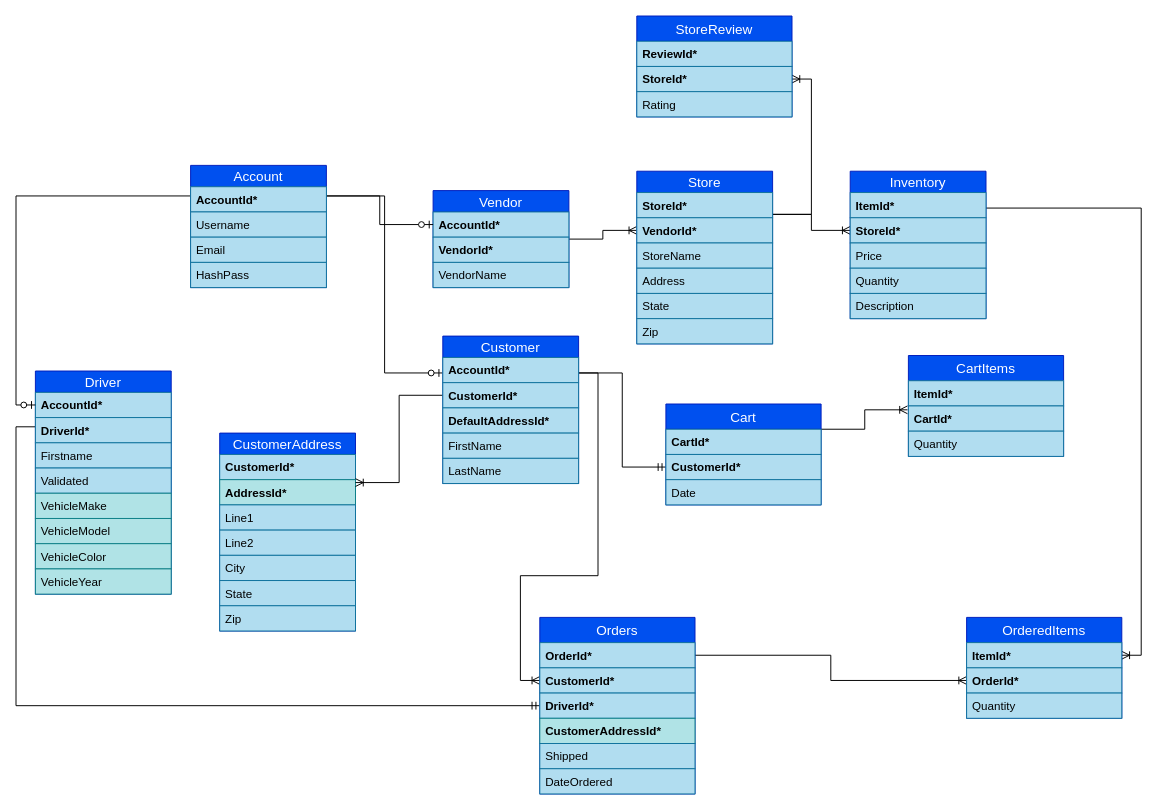
Before: DrivrER.drawio in jcorm714/Naybrr, a draw.io diagram. Source tidied: cells renumbered, new cells numbered last; positions are measured from the earlier drawing's top-left corner, leaving out a move shared by most shapes. Both pictures are drawn from the tidied source at 97%, with x=0, y=0 at pixel (35, 16).
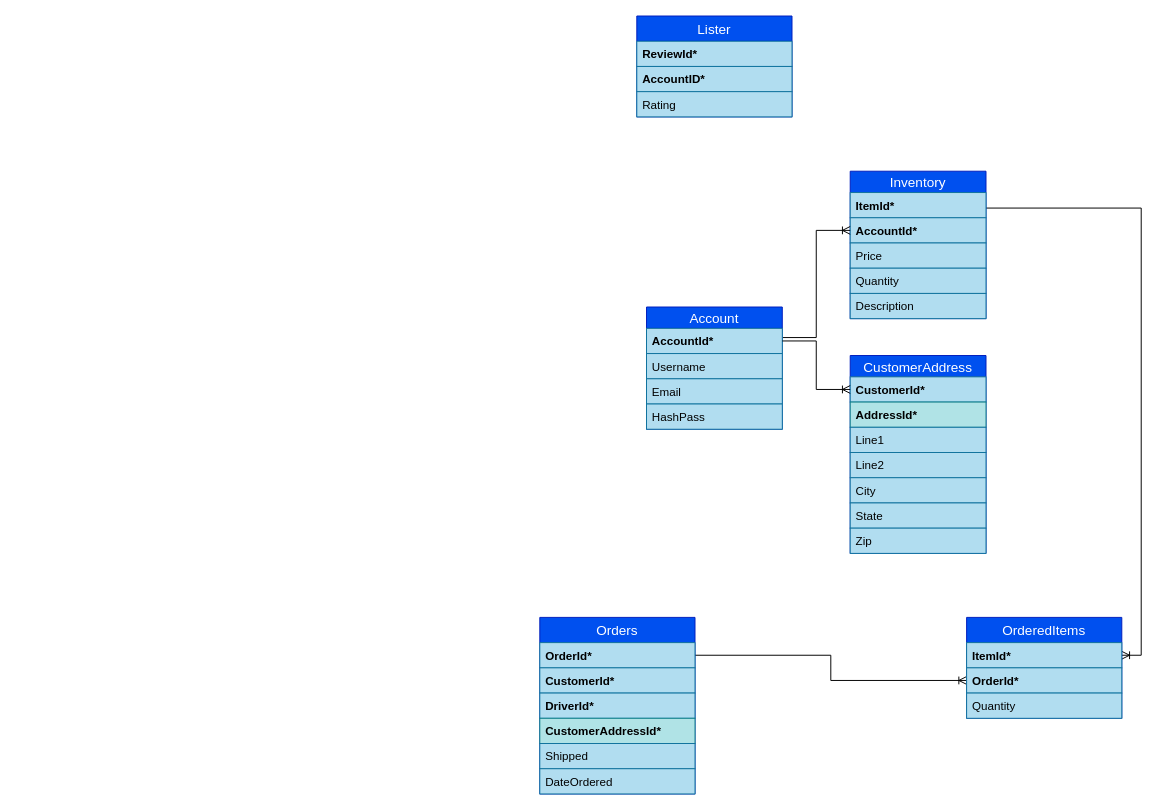
Above is the later version.

The change refers to these unchanged cells:
```xml
<mxCell id="44" value="Inventory" style="swimlane;fontStyle=0;horizontal=1;startSize=22;align=center;fontSize=14;fillColor=#0050ef;strokeColor=#001DBC;fontColor=#ffffff;" parent="1" vertex="1">
  <mxGeometry x="840" y="160" width="140" height="152" as="geometry" />
</mxCell>
<mxCell id="78" value="CustomerId*" style="text;strokeColor=#10739e;fillColor=#b1ddf0;spacingLeft=4;spacingRight=4;overflow=hidden;points=[[0,0.5],[1,0.5]];portConstraint=eastwest;fontSize=12;fontStyle=1;" parent="76" vertex="1">
  <mxGeometry y="52" width="160" height="26" as="geometry" />
</mxCell>
<mxCell id="79" value="DriverId*" style="text;strokeColor=#10739e;fillColor=#b1ddf0;spacingLeft=4;spacingRight=4;overflow=hidden;points=[[0,0.5],[1,0.5]];portConstraint=eastwest;fontSize=12;fontStyle=1;" parent="76" vertex="1">
  <mxGeometry y="78" width="160" height="26" as="geometry" />
</mxCell>
```

The edit, as a diff of the source:
```diff
@@
-    <mxCell id="2" style="edgeStyle=orthogonalEdgeStyle;rounded=0;jettySize=auto;html=1;exitX=1;exitY=0.5;exitDx=0;exitDy=0;entryX=0;entryY=0.5;entryDx=0;entryDy=0;endArrow=ERoneToMany;endFill=0;" parent="1" edge="1" source="3" target="38">
-      <mxGeometry relative="1" as="geometry" />
-    </mxCell>
-    <mxCell id="3" value="Vendor" style="swimlane;fontStyle=0;horizontal=1;startSize=22;align=center;fontSize=14;fillColor=#0050ef;strokeColor=#001DBC;fontColor=#ffffff;" parent="1" vertex="1">
-      <mxGeometry x="410" y="180" width="140" height="100" as="geometry" />
-    </mxCell>
-    <mxCell id="4" value="AccountId*" style="text;strokeColor=#10739e;fillColor=#b1ddf0;spacingLeft=4;spacingRight=4;overflow=hidden;points=[[0,0.5],[1,0.5]];portConstraint=eastwest;fontSize=12;fontStyle=1;" parent="3" vertex="1">
-      <mxGeometry y="22" width="140" height="26" as="geometry" />
-    </mxCell>
-    <mxCell id="5" value="VendorId*" style="text;strokeColor=#10739e;fillColor=#b1ddf0;spacingLeft=4;spacingRight=4;overflow=hidden;fontSize=12;fontStyle=1;" parent="3" vertex="1">
-      <mxGeometry y="48" width="140" height="26" as="geometry" />
-    </mxCell>
-    <mxCell id="6" value="VendorName" style="text;strokeColor=#10739e;fillColor=#b1ddf0;spacingLeft=4;spacingRight=4;overflow=hidden;fontSize=12;" parent="3" vertex="1">
-      <mxGeometry y="74" width="140" height="26" as="geometry" />
-    </mxCell>
-    <mxCell id="7" style="edgeStyle=orthogonalEdgeStyle;rounded=0;jettySize=auto;html=1;exitX=1;exitY=0.25;exitDx=0;exitDy=0;entryX=0;entryY=0.5;entryDx=0;entryDy=0;endArrow=ERzeroToOne;endFill=1;" parent="1" edge="1" source="20" target="4">
-      <mxGeometry relative="1" as="geometry" />
-    </mxCell>
-    <mxCell id="8" style="edgeStyle=orthogonalEdgeStyle;rounded=0;jettySize=auto;html=1;exitX=0;exitY=0.25;exitDx=0;exitDy=0;entryX=0;entryY=0.5;entryDx=0;entryDy=0;endArrow=ERmandOne;endFill=0;" parent="1" edge="1" source="9" target="79">
-      <mxGeometry relative="1" as="geometry" />
-    </mxCell>
-    <mxCell id="9" value="Driver" style="swimlane;fontStyle=0;horizontal=1;startSize=22;align=center;fontSize=14;fillColor=#0050ef;strokeColor=#001DBC;fontColor=#ffffff;" parent="1" vertex="1">
-      <mxGeometry y="366" width="140" height="230" as="geometry" />
-    </mxCell>
-    <mxCell id="10" value="AccountId*" style="text;strokeColor=#10739e;fillColor=#b1ddf0;spacingLeft=4;spacingRight=4;overflow=hidden;points=[[0,0.5],[1,0.5]];portConstraint=eastwest;fontSize=12;fontStyle=1;" parent="9" vertex="1">
-      <mxGeometry y="22" width="140" height="26" as="geometry" />
-    </mxCell>
-    <mxCell id="11" value="DriverId*" style="text;strokeColor=#10739e;fillColor=#b1ddf0;spacingLeft=4;spacingRight=4;overflow=hidden;fontSize=12;fontStyle=1;" parent="9" vertex="1">
-      <mxGeometry y="48" width="140" height="26" as="geometry" />
-    </mxCell>
-    <mxCell id="12" value="Firstname" style="text;strokeColor=#10739e;fillColor=#b1ddf0;spacingLeft=4;spacingRight=4;overflow=hidden;fontSize=12;" parent="9" vertex="1">
-      <mxGeometry y="74" width="140" height="26" as="geometry" />
-    </mxCell>
-    <mxCell id="13" value="Validated" style="text;strokeColor=#10739e;fillColor=#b1ddf0;spacingLeft=4;spacingRight=4;overflow=hidden;fontSize=12;" parent="9" vertex="1">
-      <mxGeometry y="100" width="140" height="26" as="geometry" />
-    </mxCell>
-    <mxCell id="14" value="VehicleMake" style="text;strokeColor=#0e8088;fillColor=#b0e3e6;spacingLeft=4;spacingRight=4;overflow=hidden;fontSize=12;" parent="9" vertex="1">
-      <mxGeometry y="126" width="140" height="26" as="geometry" />
-    </mxCell>
-    <mxCell id="15" value="VehicleModel" style="text;strokeColor=#0e8088;fillColor=#b0e3e6;spacingLeft=4;spacingRight=4;overflow=hidden;fontSize=12;" parent="9" vertex="1">
-      <mxGeometry y="152" width="140" height="26" as="geometry" />
-    </mxCell>
-    <mxCell id="16" value="VehicleColor" style="text;strokeColor=#0e8088;fillColor=#b0e3e6;spacingLeft=4;spacingRight=4;overflow=hidden;fontSize=12;" parent="9" vertex="1">
-      <mxGeometry y="178" width="140" height="26" as="geometry" />
-    </mxCell>
-    <mxCell id="17" value="VehicleYear" style="text;strokeColor=#0e8088;fillColor=#b0e3e6;spacingLeft=4;spacingRight=4;overflow=hidden;fontSize=12;" parent="9" vertex="1">
-      <mxGeometry y="204" width="140" height="26" as="geometry" />
-    </mxCell>
-    <mxCell id="18" style="edgeStyle=orthogonalEdgeStyle;rounded=0;jettySize=auto;html=1;exitX=1;exitY=0.25;exitDx=0;exitDy=0;entryX=0;entryY=0.25;entryDx=0;entryDy=0;endArrow=ERzeroToOne;endFill=1;" parent="1" edge="1" source="20" target="52">
-      <mxGeometry relative="1" as="geometry" />
-    </mxCell>
-    <mxCell id="19" style="edgeStyle=orthogonalEdgeStyle;rounded=0;jettySize=auto;html=1;exitX=0;exitY=0.25;exitDx=0;exitDy=0;entryX=0;entryY=0.5;entryDx=0;entryDy=0;endArrow=ERzeroToOne;endFill=1;" parent="1" edge="1" source="20" target="10">
-      <mxGeometry relative="1" as="geometry" />
-    </mxCell>
-    <mxCell id="20" value="Account" style="swimlane;fontStyle=0;horizontal=1;startSize=22;align=center;fontSize=14;fillColor=#0050ef;strokeColor=#001DBC;fontColor=#ffffff;" parent="1" vertex="1">
-      <mxGeometry x="160" y="154" width="140" height="126" as="geometry" />
-    </mxCell>
-    <mxCell id="21" value="AccountId*" style="text;strokeColor=#10739e;fillColor=#b1ddf0;spacingLeft=4;spacingRight=4;overflow=hidden;points=[[0,0.5],[1,0.5]];portConstraint=eastwest;fontSize=12;fontStyle=1;" parent="20" vertex="1">
-      <mxGeometry y="22" width="140" height="26" as="geometry" />
-    </mxCell>
-    <mxCell id="22" value="Username" style="text;strokeColor=#10739e;fillColor=#b1ddf0;spacingLeft=4;spacingRight=4;overflow=hidden;fontSize=12;" parent="20" vertex="1">
-      <mxGeometry y="48" width="140" height="26" as="geometry" />
-    </mxCell>
-    <mxCell id="23" value="Email" style="text;strokeColor=#10739e;fillColor=#b1ddf0;spacingLeft=4;spacingRight=4;overflow=hidden;fontSize=12;" parent="20" vertex="1">
-      <mxGeometry y="74" width="140" height="26" as="geometry" />
-    </mxCell>
-    <mxCell id="24" value="HashPass" style="text;strokeColor=#10739e;fillColor=#b1ddf0;spacingLeft=4;spacingRight=4;overflow=hidden;fontSize=12;" parent="20" vertex="1">
-      <mxGeometry y="100" width="140" height="26" as="geometry" />
-    </mxCell>
-    <mxCell id="25" value="CustomerAddress" style="swimlane;fontStyle=0;horizontal=1;startSize=22;align=center;fontSize=14;fillColor=#0050ef;strokeColor=#001DBC;fontColor=#ffffff;" parent="1" vertex="1">
-      <mxGeometry x="190" y="430" width="140" height="204" as="geometry" />
-    </mxCell>
-    <mxCell id="26" value="CustomerId*" style="text;strokeColor=#10739e;fillColor=#b1ddf0;spacingLeft=4;spacingRight=4;overflow=hidden;points=[[0,0.5],[1,0.5]];portConstraint=eastwest;fontSize=12;fontStyle=1;" parent="25" vertex="1">
-      <mxGeometry y="22" width="140" height="26" as="geometry" />
-    </mxCell>
-    <mxCell id="27" value="AddressId*" style="text;strokeColor=#0e8088;fillColor=#b0e3e6;spacingLeft=4;spacingRight=4;overflow=hidden;fontSize=12;fontStyle=1;" parent="25" vertex="1">
-      <mxGeometry y="48" width="140" height="26" as="geometry" />
-    </mxCell>
-    <mxCell id="28" value="Line1" style="text;strokeColor=#10739e;fillColor=#b1ddf0;spacingLeft=4;spacingRight=4;overflow=hidden;fontSize=12;" parent="25" vertex="1">
-      <mxGeometry y="74" width="140" height="26" as="geometry" />
-    </mxCell>
-    <mxCell id="29" value="Line2" style="text;strokeColor=#10739e;fillColor=#b1ddf0;spacingLeft=4;spacingRight=4;overflow=hidden;fontSize=12;" parent="25" vertex="1">
-      <mxGeometry y="100" width="140" height="26" as="geometry" />
-    </mxCell>
-    <mxCell id="30" value="City" style="text;strokeColor=#10739e;fillColor=#b1ddf0;spacingLeft=4;spacingRight=4;overflow=hidden;fontSize=12;" parent="25" vertex="1">
-      <mxGeometry y="126" width="140" height="26" as="geometry" />
-    </mxCell>
-    <mxCell id="31" value="State" style="text;strokeColor=#10739e;fillColor=#b1ddf0;spacingLeft=4;spacingRight=4;overflow=hidden;fontSize=12;" parent="25" vertex="1">
-      <mxGeometry y="152" width="140" height="26" as="geometry" />
-    </mxCell>
-    <mxCell id="32" value="Zip" style="text;strokeColor=#10739e;fillColor=#b1ddf0;spacingLeft=4;spacingRight=4;overflow=hidden;fontSize=12;" parent="25" vertex="1">
-      <mxGeometry y="178" width="140" height="26" as="geometry" />
-    </mxCell>
-    <mxCell id="33" style="edgeStyle=orthogonalEdgeStyle;rounded=0;jettySize=auto;html=1;exitX=0;exitY=0.5;exitDx=0;exitDy=0;entryX=1;entryY=0.25;entryDx=0;entryDy=0;endArrow=ERoneToMany;endFill=0;" parent="1" edge="1" source="54" target="25">
-      <mxGeometry relative="1" as="geometry" />
-    </mxCell>
-    <mxCell id="34" style="edgeStyle=orthogonalEdgeStyle;rounded=0;jettySize=auto;html=1;exitX=1;exitY=0.25;exitDx=0;exitDy=0;entryX=0;entryY=0.5;entryDx=0;entryDy=0;endArrow=ERoneToMany;endFill=0;" parent="1" edge="1" source="36" target="46">
-      <mxGeometry relative="1" as="geometry" />
-    </mxCell>
-    <mxCell id="35" style="edgeStyle=orthogonalEdgeStyle;rounded=0;jettySize=auto;html=1;exitX=1;exitY=0.25;exitDx=0;exitDy=0;entryX=1;entryY=0.5;entryDx=0;entryDy=0;endArrow=ERoneToMany;endFill=0;" parent="1" edge="1" source="36" target="61">
-      <mxGeometry relative="1" as="geometry" />
-    </mxCell>
-    <mxCell id="36" value="Store" style="swimlane;fontStyle=0;horizontal=1;startSize=22;align=center;fontSize=14;fillColor=#0050ef;strokeColor=#001DBC;fontColor=#ffffff;" parent="1" vertex="1">
-      <mxGeometry x="620" y="160" width="140" height="178" as="geometry" />
-    </mxCell>
-    <mxCell id="37" value="StoreId*" style="text;strokeColor=#10739e;fillColor=#b1ddf0;spacingLeft=4;spacingRight=4;overflow=hidden;fontSize=12;fontStyle=1;" parent="36" vertex="1">
-      <mxGeometry y="22" width="140" height="26" as="geometry" />
-    </mxCell>
-    <mxCell id="38" value="VendorId*" style="text;strokeColor=#10739e;fillColor=#b1ddf0;spacingLeft=4;spacingRight=4;overflow=hidden;points=[[0,0.5],[1,0.5]];portConstraint=eastwest;fontSize=12;fontStyle=1;" parent="36" vertex="1">
-      <mxGeometry y="48" width="140" height="26" as="geometry" />
-    </mxCell>
-    <mxCell id="39" value="StoreName" style="text;strokeColor=#10739e;fillColor=#b1ddf0;spacingLeft=4;spacingRight=4;overflow=hidden;fontSize=12;" parent="36" vertex="1">
-      <mxGeometry y="74" width="140" height="26" as="geometry" />
-    </mxCell>
-    <mxCell id="40" value="Address" style="text;strokeColor=#10739e;fillColor=#b1ddf0;spacingLeft=4;spacingRight=4;overflow=hidden;fontSize=12;" parent="36" vertex="1">
-      <mxGeometry y="100" width="140" height="26" as="geometry" />
-    </mxCell>
-    <mxCell id="41" value="State" style="text;strokeColor=#10739e;fillColor=#b1ddf0;spacingLeft=4;spacingRight=4;overflow=hidden;fontSize=12;" parent="36" vertex="1">
-      <mxGeometry y="126" width="140" height="26" as="geometry" />
-    </mxCell>
-    <mxCell id="42" value="Zip" style="text;strokeColor=#10739e;fillColor=#b1ddf0;spacingLeft=4;spacingRight=4;overflow=hidden;fontSize=12;" parent="36" vertex="1">
-      <mxGeometry y="152" width="140" height="26" as="geometry" />
-    </mxCell>
@@
-    <mxCell id="46" value="StoreId*" style="text;strokeColor=#10739e;fillColor=#b1ddf0;spacingLeft=4;spacingRight=4;overflow=hidden;points=[[0,0.5],[1,0.5]];portConstraint=eastwest;fontSize=12;fontStyle=1;" parent="44" vertex="1">
+    <mxCell id="46" value="AccountId*" style="text;strokeColor=#10739e;fillColor=#b1ddf0;spacingLeft=4;spacingRight=4;overflow=hidden;points=[[0,0.5],[1,0.5]];portConstraint=eastwest;fontSize=12;fontStyle=1;" parent="44" vertex="1">
       <mxGeometry y="48" width="140" height="26" as="geometry" />
     </mxCell>
@@
-    <mxCell id="50" style="edgeStyle=orthogonalEdgeStyle;rounded=0;jettySize=auto;html=1;exitX=1;exitY=0.25;exitDx=0;exitDy=0;entryX=0;entryY=0.5;entryDx=0;entryDy=0;endArrow=ERoneToMany;endFill=0;" parent="1" edge="1" source="52" target="78">
-      <mxGeometry relative="1" as="geometry" />
-    </mxCell>
-    <mxCell id="51" style="edgeStyle=orthogonalEdgeStyle;rounded=0;jettySize=auto;html=1;exitX=1;exitY=0.25;exitDx=0;exitDy=0;entryX=0;entryY=0.5;entryDx=0;entryDy=0;endArrow=ERmandOne;endFill=0;" parent="1" edge="1" source="52" target="66">
-      <mxGeometry relative="1" as="geometry" />
-    </mxCell>
-    <mxCell id="52" value="Customer" style="swimlane;fontStyle=0;horizontal=1;startSize=22;align=center;fontSize=14;fillColor=#0050ef;strokeColor=#001DBC;fontColor=#ffffff;" parent="1" vertex="1">
-      <mxGeometry x="420" y="330" width="140" height="152" as="geometry" />
-    </mxCell>
-    <mxCell id="53" value="AccountId*" style="text;strokeColor=#10739e;fillColor=#b1ddf0;spacingLeft=4;spacingRight=4;overflow=hidden;fontSize=12;fontStyle=1;" parent="52" vertex="1">
-      <mxGeometry y="22" width="140" height="26" as="geometry" />
-    </mxCell>
-    <mxCell id="54" value="CustomerId*" style="text;strokeColor=#10739e;fillColor=#b1ddf0;spacingLeft=4;spacingRight=4;overflow=hidden;points=[[0,0.5],[1,0.5]];portConstraint=eastwest;fontSize=12;fontStyle=1;" parent="52" vertex="1">
-      <mxGeometry y="48" width="140" height="26" as="geometry" />
-    </mxCell>
-    <mxCell id="55" value="DefaultAddressId*" style="text;strokeColor=#10739e;fillColor=#b1ddf0;spacingLeft=4;spacingRight=4;overflow=hidden;fontSize=12;fontStyle=1;" parent="52" vertex="1">
-      <mxGeometry y="74" width="140" height="26" as="geometry" />
-    </mxCell>
-    <mxCell id="56" value="FirstName" style="text;strokeColor=#10739e;fillColor=#b1ddf0;spacingLeft=4;spacingRight=4;overflow=hidden;fontSize=12;" parent="52" vertex="1">
-      <mxGeometry y="100" width="140" height="26" as="geometry" />
-    </mxCell>
-    <mxCell id="57" value="LastName" style="text;strokeColor=#10739e;fillColor=#b1ddf0;spacingLeft=4;spacingRight=4;overflow=hidden;fontSize=12;" parent="52" vertex="1">
-      <mxGeometry y="126" width="140" height="26" as="geometry" />
-    </mxCell>
@@
-    <mxCell id="59" value="StoreReview" style="swimlane;fontStyle=0;horizontal=1;startSize=26;align=center;fontSize=14;fillColor=#0050ef;strokeColor=#001DBC;fontColor=#ffffff;" parent="1" vertex="1">
+    <mxCell id="59" value="Lister" style="swimlane;fontStyle=0;horizontal=1;startSize=26;align=center;fontSize=14;fillColor=#0050ef;strokeColor=#001DBC;fontColor=#ffffff;" parent="1" vertex="1">
       <mxGeometry x="620" width="160" height="104" as="geometry" />
     </mxCell>
@@
-    <mxCell id="61" value="StoreId*" style="text;strokeColor=#10739e;fillColor=#b1ddf0;spacingLeft=4;spacingRight=4;overflow=hidden;points=[[0,0.5],[1,0.5]];portConstraint=eastwest;fontSize=12;verticalAlign=top;fontStyle=1;" parent="59" vertex="1">
+    <mxCell id="61" value="AccountID*" style="text;strokeColor=#10739e;fillColor=#b1ddf0;spacingLeft=4;spacingRight=4;overflow=hidden;points=[[0,0.5],[1,0.5]];portConstraint=eastwest;fontSize=12;verticalAlign=top;fontStyle=1;" parent="59" vertex="1">
       <mxGeometry y="52" width="160" height="26" as="geometry" />
     </mxCell>
@@
-    <mxCell id="63" style="edgeStyle=orthogonalEdgeStyle;rounded=0;jettySize=auto;html=1;exitX=1;exitY=0.25;exitDx=0;exitDy=0;entryX=-0.006;entryY=0.154;entryDx=0;entryDy=0;entryPerimeter=0;endArrow=ERoneToMany;endFill=0;" parent="1" edge="1" source="64" target="70">
-      <mxGeometry relative="1" as="geometry" />
-    </mxCell>
-    <mxCell id="64" value="Cart" style="swimlane;fontStyle=0;horizontal=1;startSize=26;align=center;fontSize=14;fillColor=#0050ef;strokeColor=#001DBC;fontColor=#ffffff;" parent="1" vertex="1">
-      <mxGeometry x="650" y="400" width="160" height="104" as="geometry" />
-    </mxCell>
-    <mxCell id="65" value="CartId*" style="text;strokeColor=#10739e;fillColor=#b1ddf0;spacingLeft=4;spacingRight=4;overflow=hidden;fontSize=12;fontStyle=1;" parent="64" vertex="1">
-      <mxGeometry y="26" width="160" height="26" as="geometry" />
-    </mxCell>
-    <mxCell id="66" value="CustomerId*" style="text;strokeColor=#10739e;fillColor=#b1ddf0;spacingLeft=4;spacingRight=4;overflow=hidden;points=[[0,0.5],[1,0.5]];portConstraint=eastwest;fontSize=12;fontStyle=1;" parent="64" vertex="1">
-      <mxGeometry y="52" width="160" height="26" as="geometry" />
-    </mxCell>
-    <mxCell id="67" value="Date" style="text;strokeColor=#10739e;fillColor=#b1ddf0;spacingLeft=4;spacingRight=4;overflow=hidden;fontSize=12;" parent="64" vertex="1">
-      <mxGeometry y="78" width="160" height="26" as="geometry" />
-    </mxCell>
-    <mxCell id="68" value="CartItems" style="swimlane;fontStyle=0;horizontal=1;startSize=26;align=center;fontSize=14;fillColor=#0050ef;strokeColor=#001DBC;fontColor=#ffffff;" parent="1" vertex="1">
-      <mxGeometry x="900" y="350" width="160" height="104" as="geometry" />
-    </mxCell>
-    <mxCell id="69" value="ItemId*" style="text;strokeColor=#10739e;fillColor=#b1ddf0;spacingLeft=4;spacingRight=4;overflow=hidden;fontSize=12;fontStyle=1;" parent="68" vertex="1">
-      <mxGeometry y="26" width="160" height="26" as="geometry" />
-    </mxCell>
-    <mxCell id="70" value="CartId*" style="text;strokeColor=#10739e;fillColor=#b1ddf0;spacingLeft=4;spacingRight=4;overflow=hidden;points=[[0,0.5],[1,0.5]];portConstraint=eastwest;fontSize=12;fontStyle=1;" parent="68" vertex="1">
-      <mxGeometry y="52" width="160" height="26" as="geometry" />
-    </mxCell>
-    <mxCell id="71" value="Quantity" style="text;strokeColor=#10739e;fillColor=#b1ddf0;spacingLeft=4;spacingRight=4;overflow=hidden;fontSize=12;" parent="68" vertex="1">
-      <mxGeometry y="78" width="160" height="26" as="geometry" />
-    </mxCell>
@@
+    <mxCell id="25" value="CustomerAddress" style="swimlane;fontStyle=0;horizontal=1;startSize=22;align=center;fontSize=14;fillColor=#0050ef;strokeColor=#001DBC;fontColor=#ffffff;" parent="1" vertex="1">
+      <mxGeometry x="840" y="350" width="140" height="204" as="geometry" />
+    </mxCell>
+    <mxCell id="26" value="CustomerId*" style="text;strokeColor=#10739e;fillColor=#b1ddf0;spacingLeft=4;spacingRight=4;overflow=hidden;points=[[0,0.5],[1,0.5]];portConstraint=eastwest;fontSize=12;fontStyle=1;" parent="25" vertex="1">
+      <mxGeometry y="22" width="140" height="26" as="geometry" />
+    </mxCell>
+    <mxCell id="27" value="AddressId*" style="text;strokeColor=#0e8088;fillColor=#b0e3e6;spacingLeft=4;spacingRight=4;overflow=hidden;fontSize=12;fontStyle=1;" parent="25" vertex="1">
+      <mxGeometry y="48" width="140" height="26" as="geometry" />
+    </mxCell>
+    <mxCell id="28" value="Line1" style="text;strokeColor=#10739e;fillColor=#b1ddf0;spacingLeft=4;spacingRight=4;overflow=hidden;fontSize=12;" parent="25" vertex="1">
+      <mxGeometry y="74" width="140" height="26" as="geometry" />
+    </mxCell>
+    <mxCell id="29" value="Line2" style="text;strokeColor=#10739e;fillColor=#b1ddf0;spacingLeft=4;spacingRight=4;overflow=hidden;fontSize=12;" parent="25" vertex="1">
+      <mxGeometry y="100" width="140" height="26" as="geometry" />
+    </mxCell>
+    <mxCell id="30" value="City" style="text;strokeColor=#10739e;fillColor=#b1ddf0;spacingLeft=4;spacingRight=4;overflow=hidden;fontSize=12;" parent="25" vertex="1">
+      <mxGeometry y="126" width="140" height="26" as="geometry" />
+    </mxCell>
+    <mxCell id="31" value="State" style="text;strokeColor=#10739e;fillColor=#b1ddf0;spacingLeft=4;spacingRight=4;overflow=hidden;fontSize=12;" parent="25" vertex="1">
+      <mxGeometry y="152" width="140" height="26" as="geometry" />
+    </mxCell>
+    <mxCell id="32" value="Zip" style="text;strokeColor=#10739e;fillColor=#b1ddf0;spacingLeft=4;spacingRight=4;overflow=hidden;fontSize=12;" parent="25" vertex="1">
+      <mxGeometry y="178" width="140" height="26" as="geometry" />
+    </mxCell>
+    <mxCell id="83" style="edgeStyle=orthogonalEdgeStyle;rounded=0;jettySize=auto;html=1;exitX=1;exitY=0.25;exitDx=0;exitDy=0;entryX=0;entryY=0.5;entryDx=0;entryDy=0;endArrow=ERoneToMany;endFill=0;" parent="1" edge="1" source="20" target="46">
+      <mxGeometry relative="1" as="geometry" />
+    </mxCell>
+    <mxCell id="20" value="Account" style="swimlane;fontStyle=0;horizontal=1;startSize=22;align=center;fontSize=14;fillColor=#0050ef;strokeColor=#001DBC;fontColor=#ffffff;" parent="1" vertex="1">
+      <mxGeometry x="630" y="300" width="140" height="126" as="geometry" />
+    </mxCell>
+    <mxCell id="21" value="AccountId*" style="text;strokeColor=#10739e;fillColor=#b1ddf0;spacingLeft=4;spacingRight=4;overflow=hidden;points=[[0,0.5],[1,0.5]];portConstraint=eastwest;fontSize=12;fontStyle=1;" parent="20" vertex="1">
+      <mxGeometry y="22" width="140" height="26" as="geometry" />
+    </mxCell>
+    <mxCell id="22" value="Username" style="text;strokeColor=#10739e;fillColor=#b1ddf0;spacingLeft=4;spacingRight=4;overflow=hidden;fontSize=12;" parent="20" vertex="1">
+      <mxGeometry y="48" width="140" height="26" as="geometry" />
+    </mxCell>
+    <mxCell id="23" value="Email" style="text;strokeColor=#10739e;fillColor=#b1ddf0;spacingLeft=4;spacingRight=4;overflow=hidden;fontSize=12;" parent="20" vertex="1">
+      <mxGeometry y="74" width="140" height="26" as="geometry" />
+    </mxCell>
+    <mxCell id="24" value="HashPass" style="text;strokeColor=#10739e;fillColor=#b1ddf0;spacingLeft=4;spacingRight=4;overflow=hidden;fontSize=12;" parent="20" vertex="1">
+      <mxGeometry y="100" width="140" height="26" as="geometry" />
+    </mxCell>
+    <mxCell id="84" style="edgeStyle=orthogonalEdgeStyle;rounded=0;jettySize=auto;html=1;exitX=1;exitY=0.5;exitDx=0;exitDy=0;entryX=0;entryY=0.5;entryDx=0;entryDy=0;endArrow=ERoneToMany;endFill=0;" parent="1" edge="1" source="21" target="26">
+      <mxGeometry relative="1" as="geometry" />
+    </mxCell>
```
